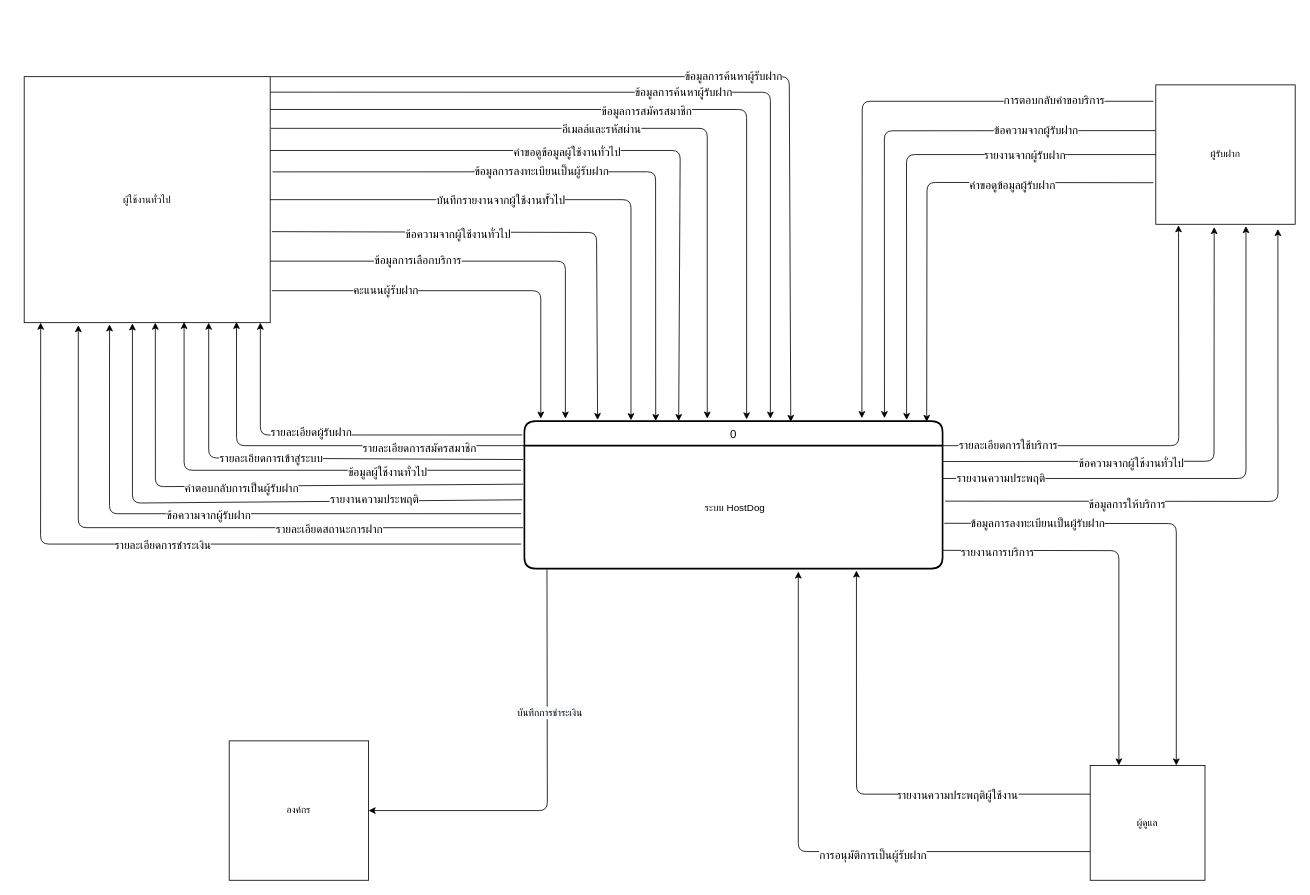
This is page "ContextDiagram V2" (1 of 12) of ProjectProcesses/HostDog_5DFD/dfd.drawio from Hostdogs/Project_Hostdog, a draw.io file, before an edit. Source tidied: cells renumbered, new cells numbered last; positions are measured from the earlier drawing's top-left corner, leaving out a move shared by most shapes. Both pictures are drawn from the tidied source at 82%, with x=0, y=0 at pixel (24, 76).
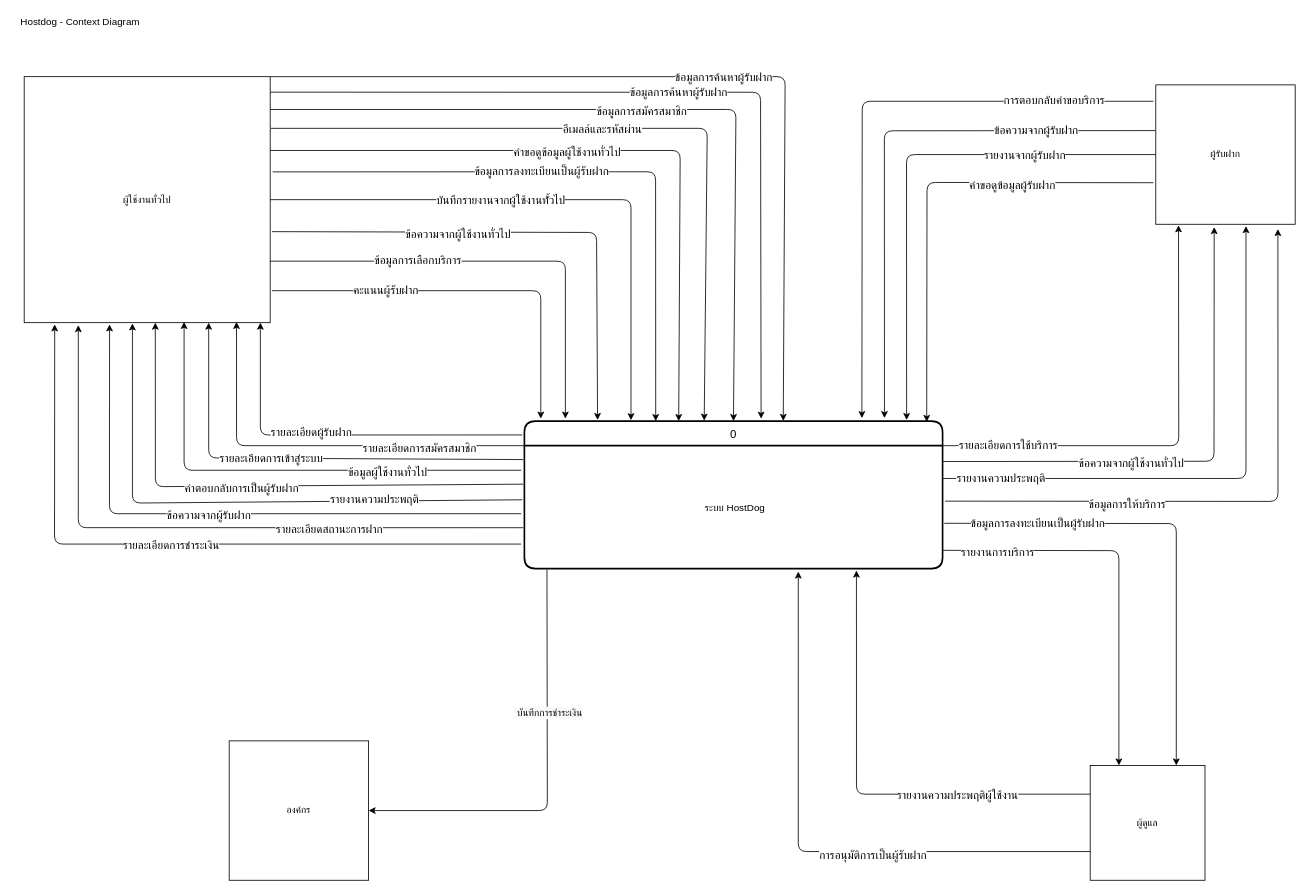
After the change.

The change refers to these unchanged cells:
```xml
<mxCell id="2" value="&lt;span&gt;ผู้ใช้งานทั่วไป&lt;/span&gt;" style="whiteSpace=wrap;html=1;fontSize=12;" parent="1" vertex="1">
  <mxGeometry width="300" height="300" as="geometry" />
</mxCell>
<mxCell id="3" value="0" style="swimlane;horizontal=1;startSize=30;rounded=1;fontSize=14;fontStyle=0;strokeWidth=2;shadow=0;dashed=0;align=center;" parent="1" vertex="1">
  <mxGeometry x="610" y="420" width="510" height="180" as="geometry" />
</mxCell>
<mxCell id="4" value="ระบบ HostDog" style="align=center;strokeColor=none;fillColor=none;spacingLeft=4;fontSize=12;verticalAlign=middle;" parent="3" vertex="1">
  <mxGeometry y="30" width="510" height="150" as="geometry" />
</mxCell>
```

Change to the diagram source:
```diff
@@
-    <mxCell id="5" style="endArrow=classic;html=1;fontSize=14;" parent="1" edge="1">
+    <mxCell id="5" style="endArrow=classic;html=1;fontSize=14;entryX=0.5;entryY=0;entryDx=0;entryDy=0;" parent="1" edge="1" target="3">
       <mxGeometry relative="1" as="geometry">
         <mxPoint x="300" y="40" as="sourcePoint" />
-        <mxPoint x="881" y="418" as="targetPoint" />
         <Array as="points">
-          <mxPoint x="881" y="40" />
+          <mxPoint x="868" y="40" />
         </Array>
       </mxGeometry>
     </mxCell>
@@
-    <mxCell id="7" value="&lt;span style=&quot;font-size: 14px&quot;&gt;ข้อมูลการค้นหาผู้รับฝาก&lt;/span&gt;" style="endArrow=classic;html=1;fontSize=12;exitX=1;exitY=0.063;exitDx=0;exitDy=0;exitPerimeter=0;" parent="1" edge="1" source="2">
+    <mxCell id="7" value="&lt;span style=&quot;font-size: 14px&quot;&gt;ข้อมูลการค้นหาผู้รับฝาก&lt;/span&gt;" style="endArrow=classic;html=1;fontSize=12;exitX=1;exitY=0.063;exitDx=0;exitDy=0;exitPerimeter=0;entryX=0.566;entryY=-0.016;entryDx=0;entryDy=0;entryPerimeter=0;" parent="1" edge="1" source="2" target="3">
       <mxGeometry relative="1" as="geometry">
-        <mxPoint x="910" y="417" as="targetPoint" />
         <Array as="points">
-          <mxPoint x="910" y="19" />
+          <mxPoint x="898" y="19" />
         </Array>
       </mxGeometry>
     </mxCell>
-    <mxCell id="8" style="endArrow=classic;html=1;fontSize=12;exitX=1.003;exitY=0.21;exitDx=0;exitDy=0;exitPerimeter=0;" parent="1" edge="1" source="2">
+    <mxCell id="8" style="endArrow=classic;html=1;fontSize=12;exitX=1.003;exitY=0.21;exitDx=0;exitDy=0;exitPerimeter=0;entryX=0.43;entryY=-0.003;entryDx=0;entryDy=0;entryPerimeter=0;" parent="1" edge="1" source="2" target="3">
       <mxGeometry relative="1" as="geometry">
-        <mxPoint x="833" y="417" as="targetPoint" />
         <Array as="points">
           <mxPoint x="833" y="63" />
         </Array>
       </mxGeometry>
     </mxCell>
@@
-    <mxCell id="22" style="endArrow=classic;html=1;fontSize=12;exitX=1;exitY=0;exitDx=0;exitDy=0;entryX=0.637;entryY=0.006;entryDx=0;entryDy=0;entryPerimeter=0;" parent="1" edge="1" source="2" target="3">
+    <mxCell id="22" style="endArrow=classic;html=1;fontSize=12;exitX=1;exitY=0;exitDx=0;exitDy=0;entryX=0.619;entryY=-0.001;entryDx=0;entryDy=0;entryPerimeter=0;" parent="1" edge="1" source="2" target="3">
       <mxGeometry relative="1" as="geometry">
         <Array as="points">
-          <mxPoint x="933" />
+          <mxPoint x="928" />
         </Array>
       </mxGeometry>
     </mxCell>
     <mxCell id="23" value="&lt;span style=&quot;font-size: 14px&quot;&gt;ข้อมูลการค้นหาผู้รับฝาก&lt;/span&gt;" style="edgeLabel;html=1;align=center;verticalAlign=middle;fontSize=12;" parent="22" vertex="1">
-      <mxGeometry x="0.07" y="2" relative="1" as="geometry" />
+      <mxGeometry x="0.07" y="2" relative="1" as="geometry">
+        <mxPoint x="-8.2" y="2" as="offset" />
+      </mxGeometry>
     </mxCell>
@@
-    <mxCell id="40" style="endArrow=classic;html=1;fontSize=12;entryX=0.067;entryY=1;entryDx=0;entryDy=0;entryPerimeter=0;exitX=-0.008;exitY=0.8;exitDx=0;exitDy=0;exitPerimeter=0;" parent="1" edge="1" source="4" target="2">
+    <mxCell id="40" style="endArrow=classic;html=1;fontSize=12;entryX=0.124;entryY=1.007;entryDx=0;entryDy=0;entryPerimeter=0;exitX=-0.008;exitY=0.8;exitDx=0;exitDy=0;exitPerimeter=0;" parent="1" edge="1" source="4" target="2">
       <mxGeometry relative="1" as="geometry">
         <Array as="points">
-          <mxPoint x="20" y="570" />
+          <mxPoint x="37" y="570" />
         </Array>
       </mxGeometry>
     </mxCell>
@@
+    <mxCell id="71" value="Hostdog - Context Diagram" style="text;html=1;align=center;verticalAlign=middle;" parent="1" vertex="1">
+      <mxGeometry x="-12" y="-76" width="160" height="20" as="geometry" />
+    </mxCell>
```
